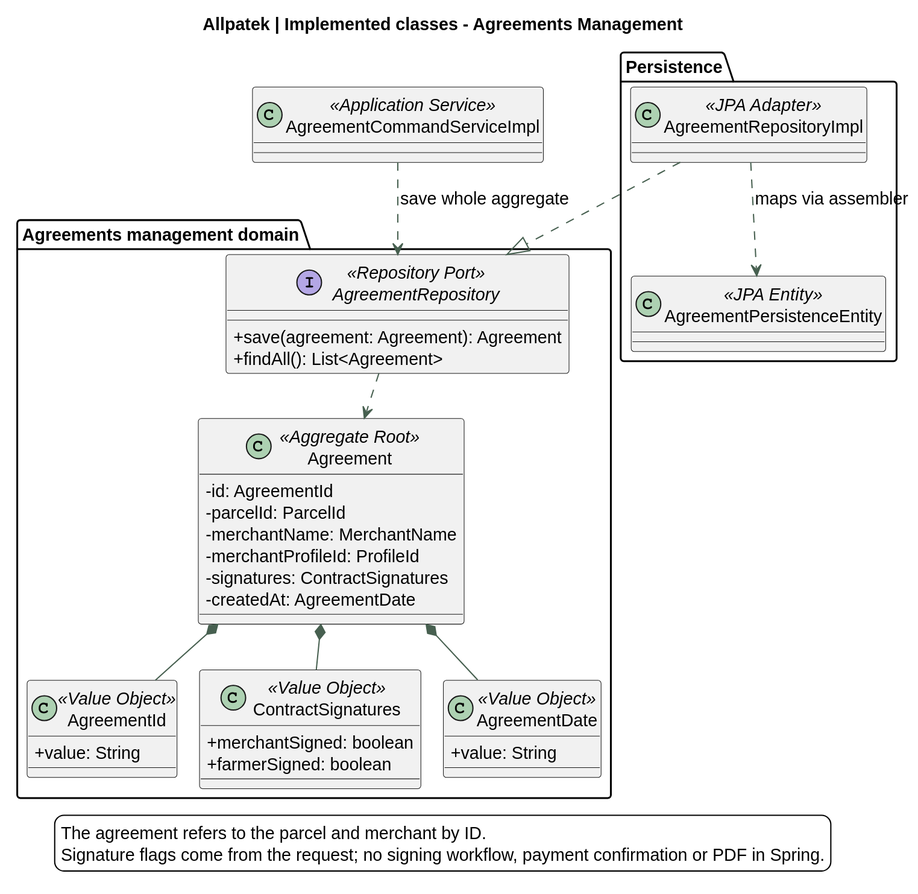
Before: assets/chapter-04/architecture/10-classes-contracts.svg, a diagram exported from PlantUML (upc-pre-202620-1asi0729-7753-Terranova/allpatek-report). The source it was exported from:
```plantuml
@startuml
!pragma layout smetana
skinparam backgroundColor white
skinparam defaultFontName SansSerif
skinparam defaultFontSize 14
skinparam shadowing false
skinparam classAttributeIconSize 0
skinparam ArrowColor #476050
skinparam dpi 140
title Allpatek | Implemented classes - Agreements Management
top to bottom direction

package "Agreements management domain" {
  class Agreement <<Aggregate Root>> {
    -id: AgreementId
    -parcelId: ParcelId
    -merchantName: MerchantName
    -merchantProfileId: ProfileId
    -signatures: ContractSignatures
    -createdAt: AgreementDate
  }

  class AgreementId <<Value Object>> {
    +value: String
  }

  class ContractSignatures <<Value Object>> {
    +merchantSigned: boolean
    +farmerSigned: boolean
  }

  class AgreementDate <<Value Object>> {
    +value: String
  }

  interface AgreementRepository <<Repository Port>> {
    +save(agreement: Agreement): Agreement
    +findAll(): List<Agreement>
  }

  Agreement *-- AgreementId
  Agreement *-- ContractSignatures
  Agreement *-- AgreementDate
  AgreementRepository ..> Agreement
}

class AgreementCommandServiceImpl <<Application Service>>
AgreementCommandServiceImpl ..> AgreementRepository : save whole aggregate

package "Persistence" {
  class AgreementRepositoryImpl <<JPA Adapter>>
  class AgreementPersistenceEntity <<JPA Entity>>

  AgreementRepositoryImpl ..> AgreementPersistenceEntity : maps via assembler
}
AgreementRepositoryImpl ..|> AgreementRepository

legend bottom
The agreement refers to the parcel and merchant by ID.
Signature flags come from the request; no signing workflow, payment confirmation or PDF in Spring.
endlegend
@enduml
```
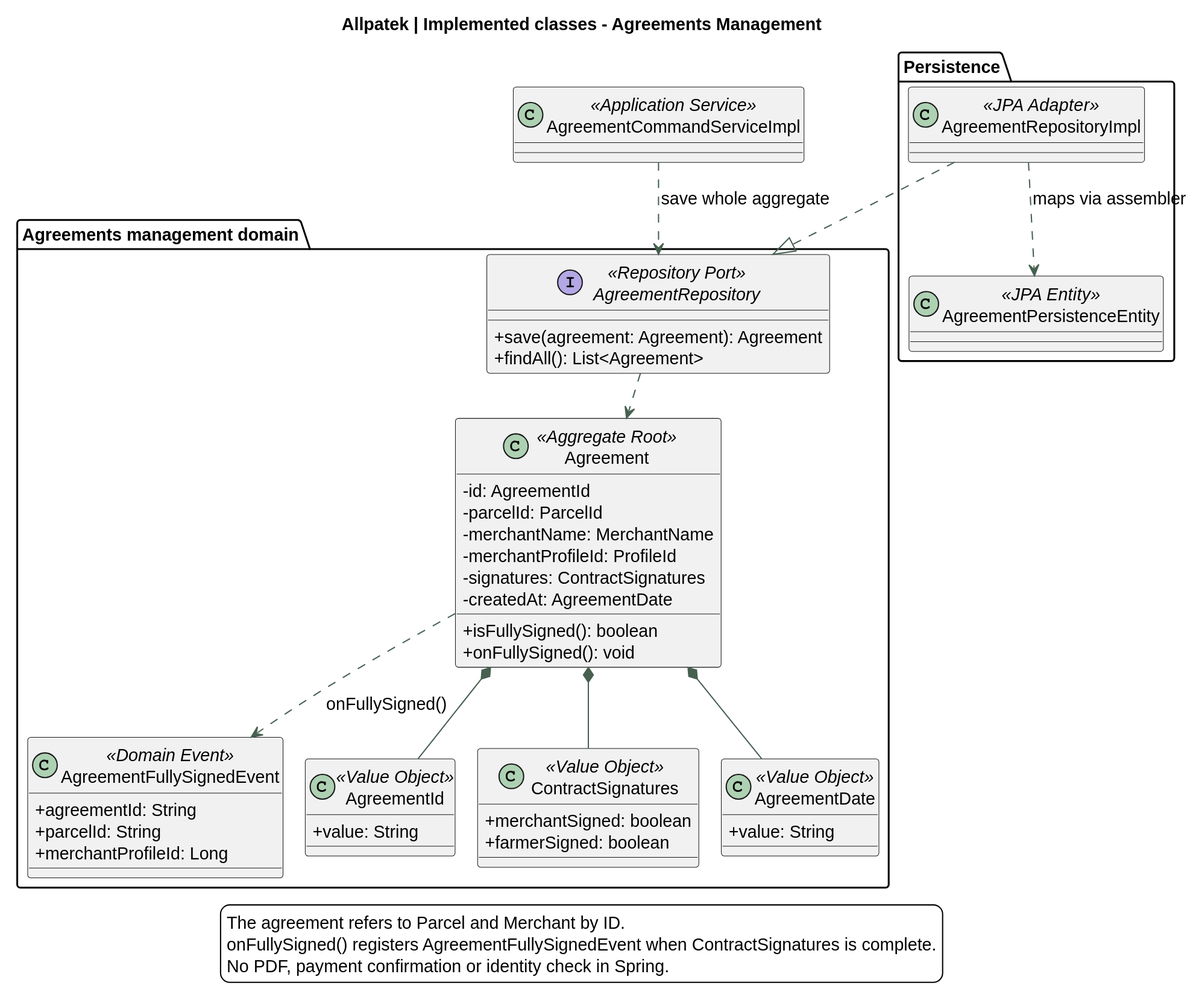
After the change.

Commit message:
docs(architecture): add AgreementFullySignedEvent to class diagram

Diff of the diagram source:
```diff
@@ -18,6 +18,14 @@
     -merchantProfileId: ProfileId
     -signatures: ContractSignatures
     -createdAt: AgreementDate
+    +isFullySigned(): boolean
+    +onFullySigned(): void
+  }
+
+  class AgreementFullySignedEvent <<Domain Event>> {
+    +agreementId: String
+    +parcelId: String
+    +merchantProfileId: Long
   }
 
   class AgreementId <<Value Object>> {
@@ -41,6 +49,7 @@
   Agreement *-- AgreementId
   Agreement *-- ContractSignatures
   Agreement *-- AgreementDate
+  Agreement ..> AgreementFullySignedEvent : onFullySigned()
   AgreementRepository ..> Agreement
 }
 
@@ -56,7 +65,8 @@
 AgreementRepositoryImpl ..|> AgreementRepository
 
 legend bottom
-The agreement refers to the parcel and merchant by ID.
-Signature flags come from the request; no signing workflow, payment confirmation or PDF in Spring.
+The agreement refers to Parcel and Merchant by ID.
+onFullySigned() registers AgreementFullySignedEvent when ContractSignatures is complete.
+No PDF, payment confirmation or identity check in Spring.
 endlegend
 @enduml
```
